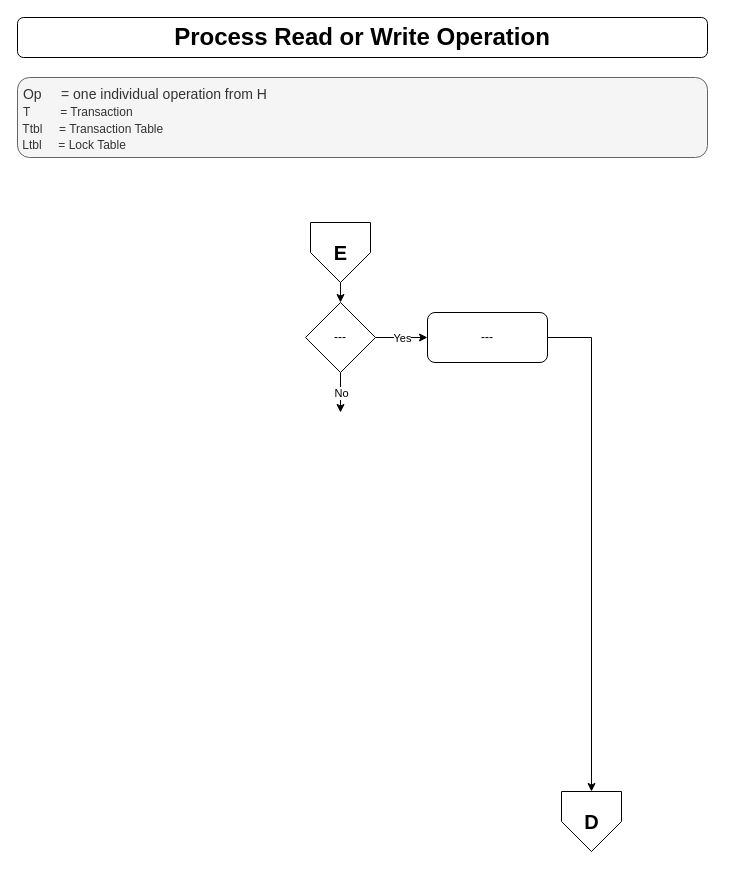
Earlier version of the draw.io diagram Design/CS 5570 Team4 Design - Scheduler - Handle Conflict.drawio (Rod-Skoglund/CS5570-Project). Source tidied: cells renumbered, new cells numbered last; positions are measured from the earlier drawing's top-left corner, leaving out a move shared by most shapes. Both pictures are drawn from the tidied source at 100%, with x=0, y=0 at pixel (17, 17).
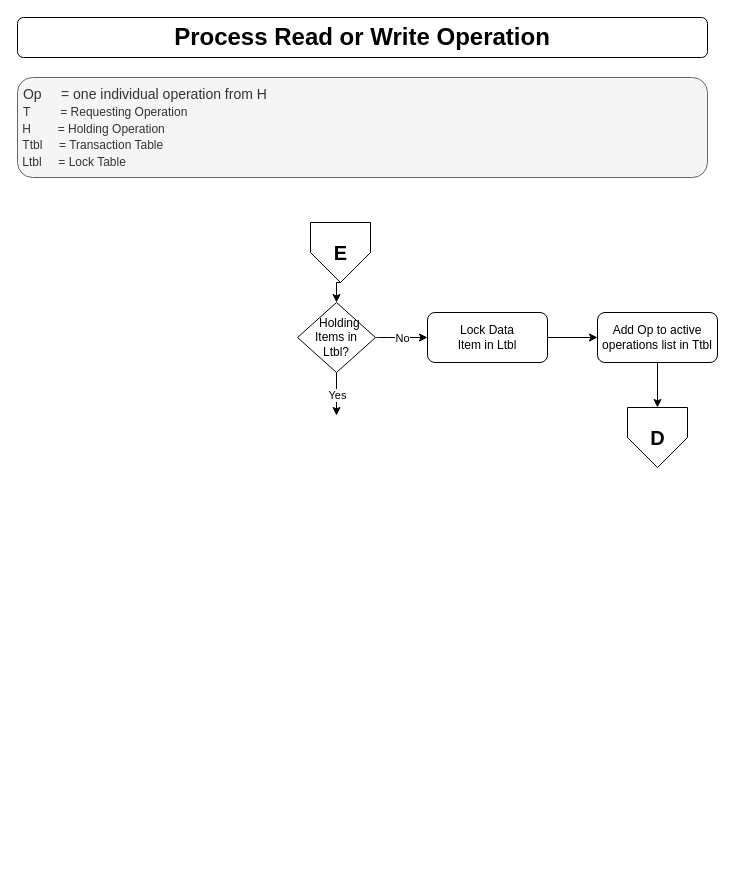
After the change.

Commit message:
Started definition

Change to the diagram source:
```diff
@@
 <mxGraphModel>
   <root>
     <mxCell id="0" />
     <mxCell id="1" parent="0" />
     <mxCell id="2" value="Process Read or Write Operation" style="rounded=1;whiteSpace=wrap;html=1;fontSize=24;glass=0;strokeWidth=1;shadow=0;fontStyle=1;" parent="1" vertex="1">
       <mxGeometry width="690" height="40" as="geometry" />
     </mxCell>
-    <mxCell id="3" value="&amp;nbsp;Op&amp;nbsp; &amp;nbsp; &amp;nbsp;= one individual operation from H&lt;br&gt;&amp;nbsp;&lt;span style=&quot;text-align: center ; font-size: 12px&quot;&gt;&lt;font style=&quot;font-size: 12px&quot;&gt;T&amp;nbsp; &amp;nbsp; &amp;nbsp; &amp;nbsp; &amp;nbsp;= Transaction&lt;br&gt;&amp;nbsp;Ttbl&amp;nbsp; &amp;nbsp; &amp;nbsp;= Transaction Table&lt;br&gt;&amp;nbsp;Ltbl&amp;nbsp; &amp;nbsp; &amp;nbsp;= Lock Table&lt;br&gt;&lt;/font&gt;&lt;/span&gt;" style="text;html=1;align=left;verticalAlign=top;whiteSpace=wrap;rounded=1;fontSize=14;labelBorderColor=none;spacingTop=2;spacingLeft=0;spacingBottom=0;spacingRight=0;spacing=2;perimeterSpacing=0;strokeWidth=1;labelPadding=-1;fillColor=#f5f5f5;strokeColor=#666666;fontColor=#333333;" parent="1" vertex="1">
-      <mxGeometry y="60" width="690" height="80" as="geometry" />
+    <mxCell id="3" value="&amp;nbsp;Op&amp;nbsp; &amp;nbsp; &amp;nbsp;= one individual operation from H&lt;br&gt;&amp;nbsp;&lt;span style=&quot;text-align: center ; font-size: 12px&quot;&gt;&lt;font style=&quot;font-size: 12px&quot;&gt;T&amp;nbsp; &amp;nbsp; &amp;nbsp; &amp;nbsp; &amp;nbsp;= Requesting Operation&lt;br&gt;&amp;nbsp;H&amp;nbsp; &amp;nbsp; &amp;nbsp; &amp;nbsp; = Holding Operation&lt;br&gt;&amp;nbsp;Ttbl&amp;nbsp; &amp;nbsp; &amp;nbsp;= Transaction Table&lt;br&gt;&amp;nbsp;Ltbl&amp;nbsp; &amp;nbsp; &amp;nbsp;= Lock Table&lt;br&gt;&lt;/font&gt;&lt;/span&gt;" style="text;html=1;align=left;verticalAlign=top;whiteSpace=wrap;rounded=1;fontSize=14;labelBorderColor=none;spacingTop=2;spacingLeft=0;spacingBottom=0;spacingRight=0;spacing=2;perimeterSpacing=0;strokeWidth=1;labelPadding=-1;fillColor=#f5f5f5;strokeColor=#666666;fontColor=#333333;" parent="1" vertex="1">
+      <mxGeometry y="60" width="690" height="100" as="geometry" />
     </mxCell>
     <mxCell id="4" value="E" style="verticalLabelPosition=middle;verticalAlign=middle;html=1;shape=offPageConnector;rounded=0;size=0.5;labelPosition=center;align=center;fontSize=20;fontStyle=1;" parent="1" vertex="1">
       <mxGeometry x="293" y="205" width="60" height="60" as="geometry" />
     </mxCell>
-    <mxCell id="5" value="---" style="rhombus;whiteSpace=wrap;html=1;" parent="1" vertex="1">
-      <mxGeometry x="288" y="285" width="70" height="70" as="geometry" />
+    <mxCell id="5" value="&amp;nbsp; Holding &lt;br&gt;Items in &lt;br&gt;Ltbl?" style="rhombus;whiteSpace=wrap;html=1;" parent="1" vertex="1">
+      <mxGeometry x="280" y="285" width="78" height="70" as="geometry" />
     </mxCell>
     <mxCell id="6" style="edgeStyle=orthogonalEdgeStyle;rounded=0;jettySize=auto;html=1;entryX=0.5;entryY=0;entryDx=0;entryDy=0;exitX=0.5;exitY=1;exitDx=0;exitDy=0;" parent="1" edge="1" source="4" target="5">
       <mxGeometry x="310" y="285" as="geometry" />
     </mxCell>
-    <mxCell id="7" value="---" style="rounded=1;whiteSpace=wrap;html=1;fontSize=12;glass=0;strokeWidth=1;shadow=0;" parent="1" vertex="1">
+    <mxCell id="7" value="Lock Data &lt;br&gt;Item in Ltbl" style="rounded=1;whiteSpace=wrap;html=1;fontSize=12;glass=0;strokeWidth=1;shadow=0;" parent="1" vertex="1">
       <mxGeometry x="410" y="295" width="120" height="50" as="geometry" />
     </mxCell>
     <mxCell id="8" value="D" style="verticalLabelPosition=middle;verticalAlign=middle;html=1;shape=offPageConnector;rounded=0;size=0.5;labelPosition=center;align=center;fontSize=20;fontStyle=1;" parent="1" vertex="1">
-      <mxGeometry x="544" y="774" width="60" height="60" as="geometry" />
+      <mxGeometry x="610" y="390" width="60" height="60" as="geometry" />
     </mxCell>
-    <mxCell id="9" style="endArrow=classic;html=1;exitX=1;exitY=0.5;exitDx=0;exitDy=0;entryX=0;entryY=0.5;entryDx=0;entryDy=0;edgeStyle=orthogonalEdgeStyle;" parent="1" edge="1" source="5" target="7">
-      <mxGeometry x="310" y="285" as="geometry" />
+    <mxCell id="9" style="endArrow=classic;html=1;exitX=0.5;exitY=1;exitDx=0;exitDy=0;edgeStyle=orthogonalEdgeStyle;" parent="1" edge="1" source="5">
+      <mxGeometry x="310" y="285" as="geometry">
+        <mxPoint x="319" y="398" as="targetPoint" />
+        <Array as="points">
+          <mxPoint x="319" y="398" />
+        </Array>
+      </mxGeometry>
     </mxCell>
     <mxCell id="10" value="Yes" style="edgeLabel;html=1;align=center;verticalAlign=middle;" parent="9" vertex="1">
       <mxGeometry relative="1" as="geometry" />
     </mxCell>
-    <mxCell id="11" style="endArrow=classic;html=1;exitX=0.5;exitY=1;exitDx=0;exitDy=0;edgeStyle=orthogonalEdgeStyle;entryX=0.5;entryY=0;entryDx=0;entryDy=0;" parent="1" edge="1" source="5">
+    <mxCell id="11" style="endArrow=classic;html=1;exitX=1;exitY=0.5;exitDx=0;exitDy=0;edgeStyle=orthogonalEdgeStyle;entryX=0;entryY=0.5;entryDx=0;entryDy=0;" parent="1" edge="1" source="5" target="7">
       <mxGeometry x="310" y="285" as="geometry">
-        <mxPoint x="323" y="395" as="targetPoint" />
         <Array as="points">
-          <mxPoint x="323" y="395" />
+          <mxPoint x="360" y="320" />
+          <mxPoint x="360" y="320" />
         </Array>
       </mxGeometry>
     </mxCell>
     <mxCell id="12" value="No" style="edgeLabel;html=1;align=center;verticalAlign=middle;" parent="11" vertex="1">
       <mxGeometry relative="1" as="geometry" />
     </mxCell>
-    <mxCell id="13" style="edgeStyle=orthogonalEdgeStyle;rounded=0;jettySize=auto;html=1;entryX=0.5;entryY=0;entryDx=0;entryDy=0;exitX=1;exitY=0.5;exitDx=0;exitDy=0;" parent="1" edge="1" source="7" target="8">
+    <mxCell id="13" style="edgeStyle=orthogonalEdgeStyle;rounded=0;jettySize=auto;html=1;entryX=0;entryY=0.5;entryDx=0;entryDy=0;exitX=1;exitY=0.5;exitDx=0;exitDy=0;" parent="1" edge="1" source="7" target="14">
       <mxGeometry x="320" y="295" as="geometry" />
     </mxCell>
+    <mxCell id="14" value="Add Op to active operations list in Ttbl" style="rounded=1;whiteSpace=wrap;html=1;fontSize=12;glass=0;strokeWidth=1;shadow=0;" parent="1" vertex="1">
+      <mxGeometry x="580" y="295" width="120" height="50" as="geometry" />
+    </mxCell>
+    <mxCell id="15" style="edgeStyle=orthogonalEdgeStyle;rounded=0;jettySize=auto;html=1;entryX=0.5;entryY=0;entryDx=0;entryDy=0;exitX=0.5;exitY=1;exitDx=0;exitDy=0;" parent="1" edge="1" source="14" target="8">
+      <mxGeometry x="330" y="305" as="geometry" />
+    </mxCell>
   </root>
 </mxGraphModel>
```
